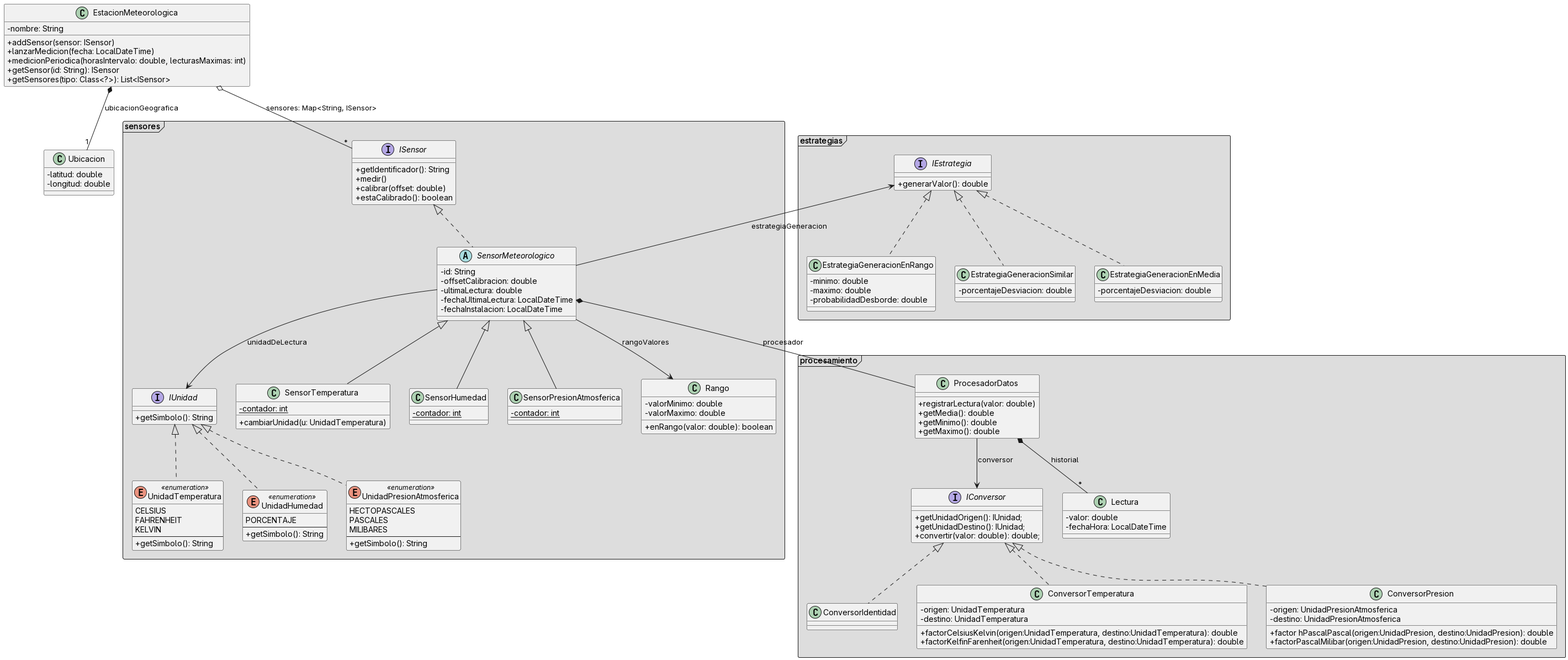
The PlantUML diagram diagrams/estacionMetereologica.png in polo-omez/adsof, before a commit.
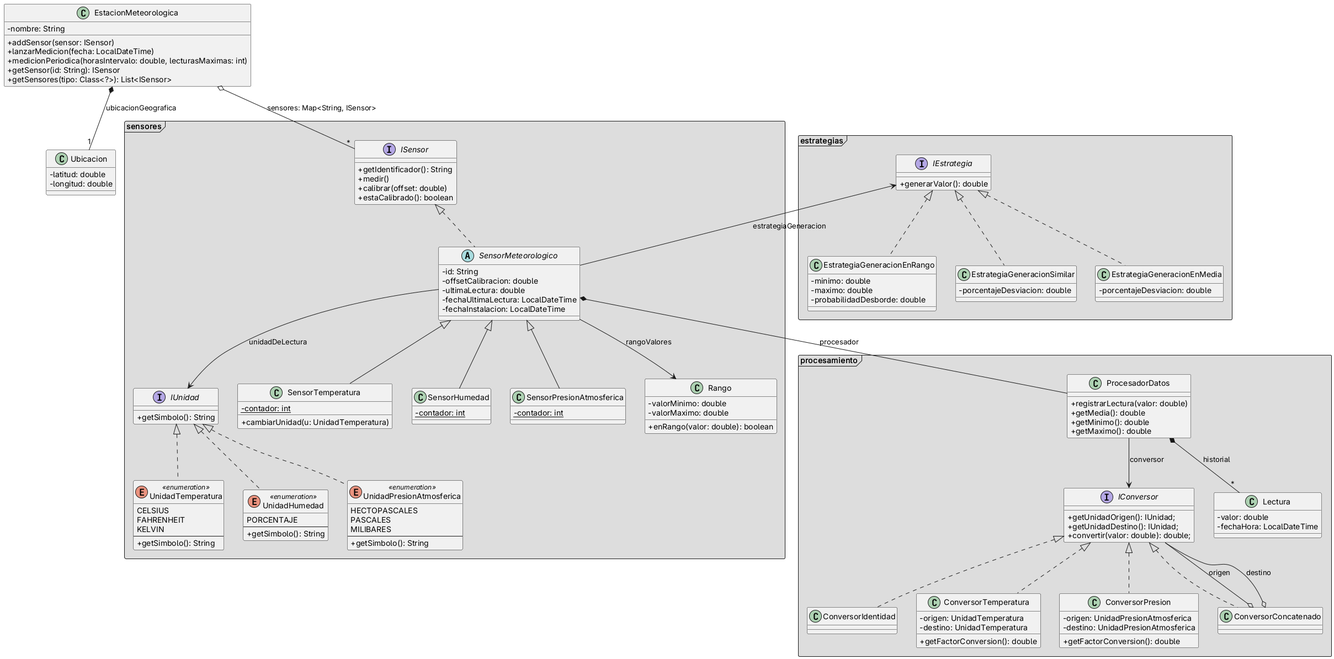
The same file after the commit.

What changed in the source:
```diff
@@ -92,15 +92,17 @@
     class ConversorTemperatura{
         - origen: UnidadTemperatura
         - destino: UnidadTemperatura
-        + factorCelsiusKelvin(origen:UnidadTemperatura, destino:UnidadTemperatura): double
-        + factorKelfinFarenheit(origen:UnidadTemperatura, destino:UnidadTemperatura): double
+        + getFactorConversion(): double
     }
 
     class ConversorPresion {
         - origen: UnidadPresionAtmosferica
         - destino: UnidadPresionAtmosferica
-        + factor hPascalPascal(origen:UnidadPresion, destino:UnidadPresion): double
-        + factorPascalMilibar(origen:UnidadPresion, destino:UnidadPresion): double
+        + getFactorConversion(): double
+    }
+
+    class ConversorConcatenado {
+
     }
 
 }
@@ -160,6 +162,7 @@
 IConversor <|.. ConversorIdentidad
 IConversor <|.. ConversorTemperatura
 IConversor <|.. ConversorPresion
+IConversor <|.. ConversorConcatenado
 
 SensorMeteorologico <|-- SensorTemperatura
 SensorMeteorologico <|-- SensorHumedad
@@ -171,6 +174,8 @@
 SensorMeteorologico *--  ProcesadorDatos : "procesador"
 
 ProcesadorDatos *-- "*" Lectura: historial
+ConversorConcatenado o-- IConversor: origen
+ConversorConcatenado o-- IConversor: destino
 
 SensorMeteorologico -->  Rango : rangoValores
 SensorMeteorologico -->  IUnidad : unidadDeLectura
```
